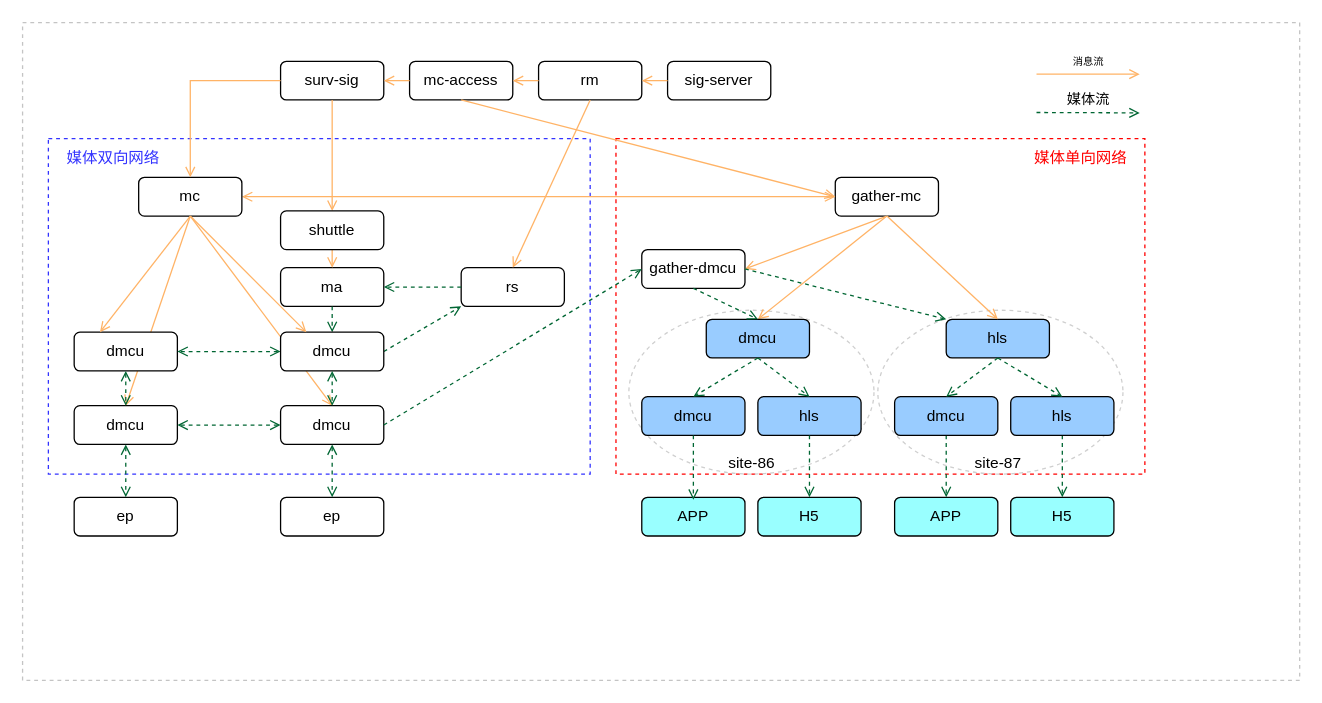
Before: page "APP看直播" (2 of 4) of 单向网络-内网直播.drawio in Liaozengxiang/test, a draw.io diagram. Source tidied: cells renumbered, new cells numbered last; positions are measured from the earlier drawing's top-left corner, leaving out a move shared by most shapes. Both pictures are drawn from the tidied source at 129%, with x=0, y=0 at pixel (22, 22).
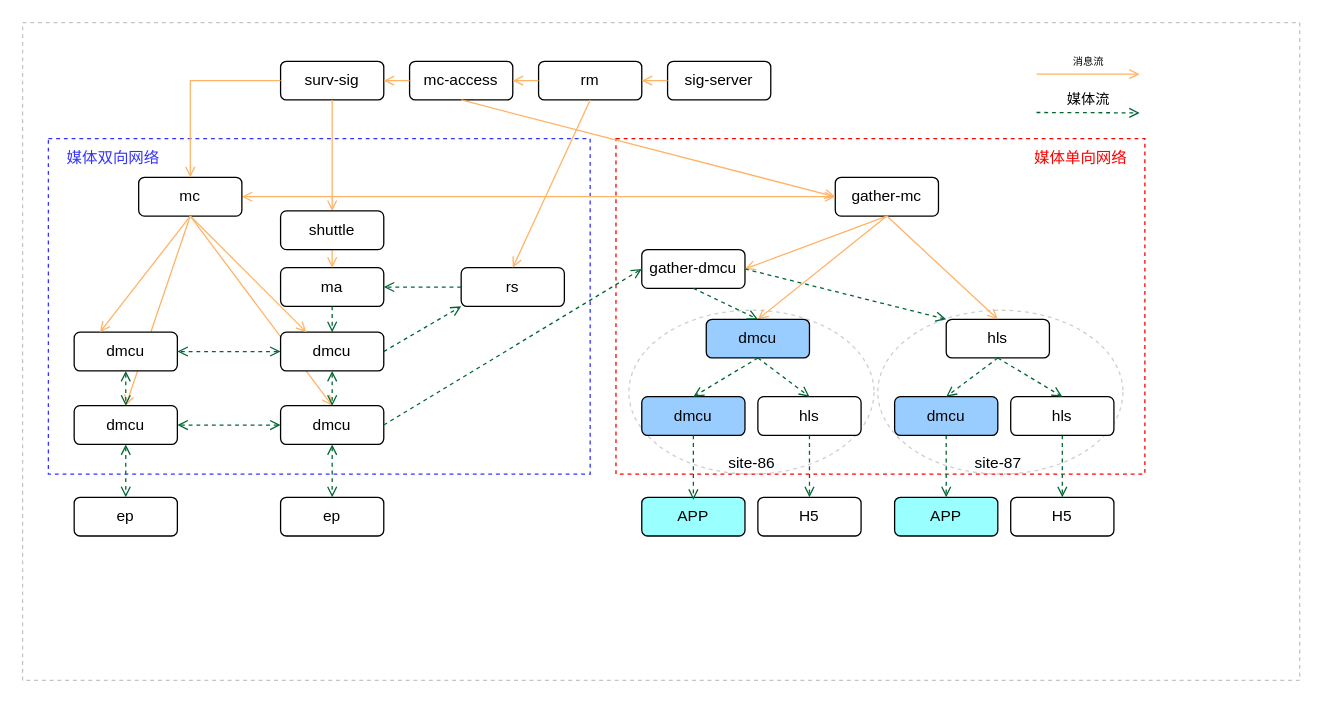
After the change.

Commit message (it also covers changes not shown here):
Update 单向网络-内网直播.drawio

The edit, as a diff of the source:
```diff
@@
-    <mxCell id="17" value="hls" style="rounded=1;whiteSpace=wrap;html=1;fillColor=#99CCFF;" parent="1" vertex="1">
+    <mxCell id="17" value="hls" style="rounded=1;whiteSpace=wrap;html=1;fillColor=default;" parent="1" vertex="1">
       <mxGeometry x="570" y="290" width="80" height="30" as="geometry" />
     </mxCell>
@@
-    <mxCell id="20" value="H5" style="rounded=1;whiteSpace=wrap;html=1;fillColor=#99FFFF;" parent="1" vertex="1">
+    <mxCell id="20" value="H5" style="rounded=1;whiteSpace=wrap;html=1;fillColor=default;" parent="1" vertex="1">
       <mxGeometry x="766" y="368" width="80" height="30" as="geometry" />
     </mxCell>
@@
-    <mxCell id="51" value="hls" style="rounded=1;whiteSpace=wrap;html=1;fillColor=#99CCFF;" parent="1" vertex="1">
+    <mxCell id="51" value="hls" style="rounded=1;whiteSpace=wrap;html=1;fillColor=default;" parent="1" vertex="1">
       <mxGeometry x="716" y="230" width="80" height="30" as="geometry" />
     </mxCell>
@@
-    <mxCell id="53" value="hls" style="rounded=1;whiteSpace=wrap;html=1;fillColor=#99CCFF;" parent="1" vertex="1">
+    <mxCell id="53" value="hls" style="rounded=1;whiteSpace=wrap;html=1;fillColor=default;" parent="1" vertex="1">
       <mxGeometry x="766" y="290" width="80" height="30" as="geometry" />
     </mxCell>
@@
-    <mxCell id="70" value="H5" style="rounded=1;whiteSpace=wrap;html=1;fillColor=#99FFFF;" parent="1" vertex="1">
+    <mxCell id="70" value="H5" style="rounded=1;whiteSpace=wrap;html=1;fillColor=default;" parent="1" vertex="1">
       <mxGeometry x="570" y="368" width="80" height="30" as="geometry" />
     </mxCell>
```
